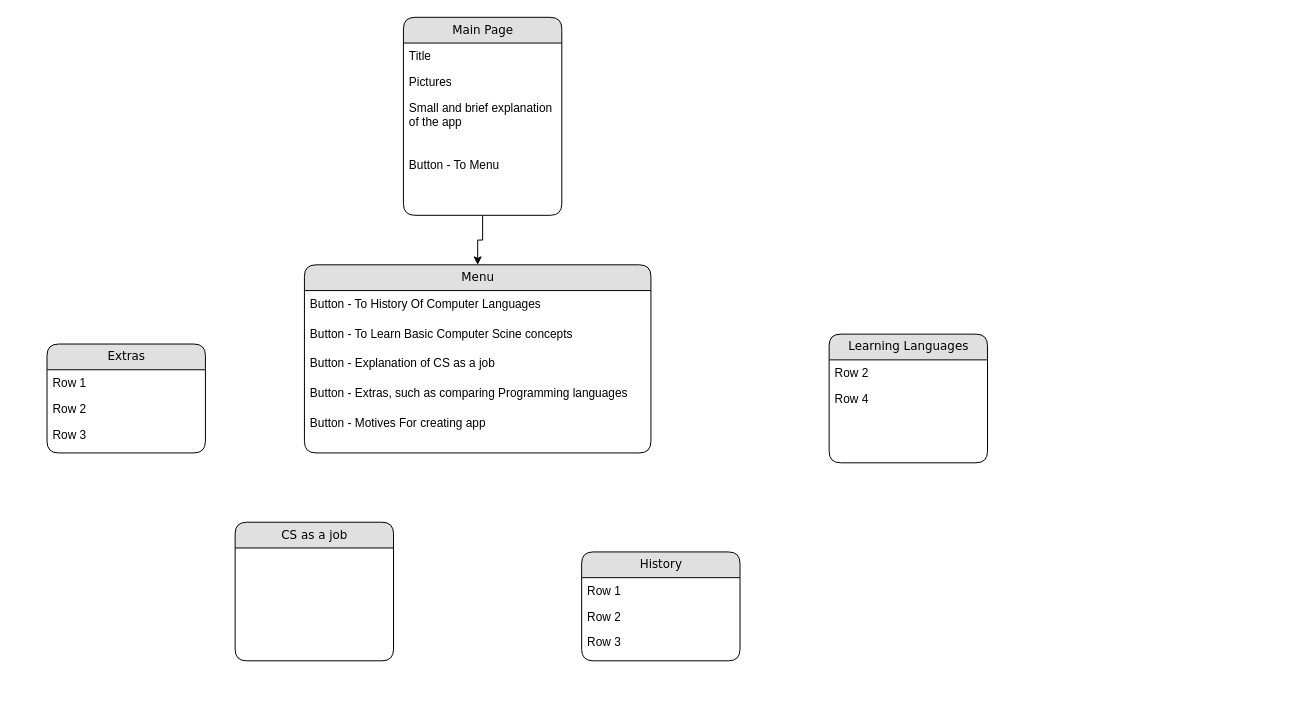
Earlier version of the draw.io diagram Untitled Diagram.drawio (DirtyDan16/App-Proj---101-To-Computer-Science). Source tidied: cells renumbered, new cells numbered last; positions are measured from the earlier drawing's top-left corner, leaving out a move shared by most shapes. Both pictures are drawn from the tidied source at 99%, with x=0, y=0 at pixel (47, 17).
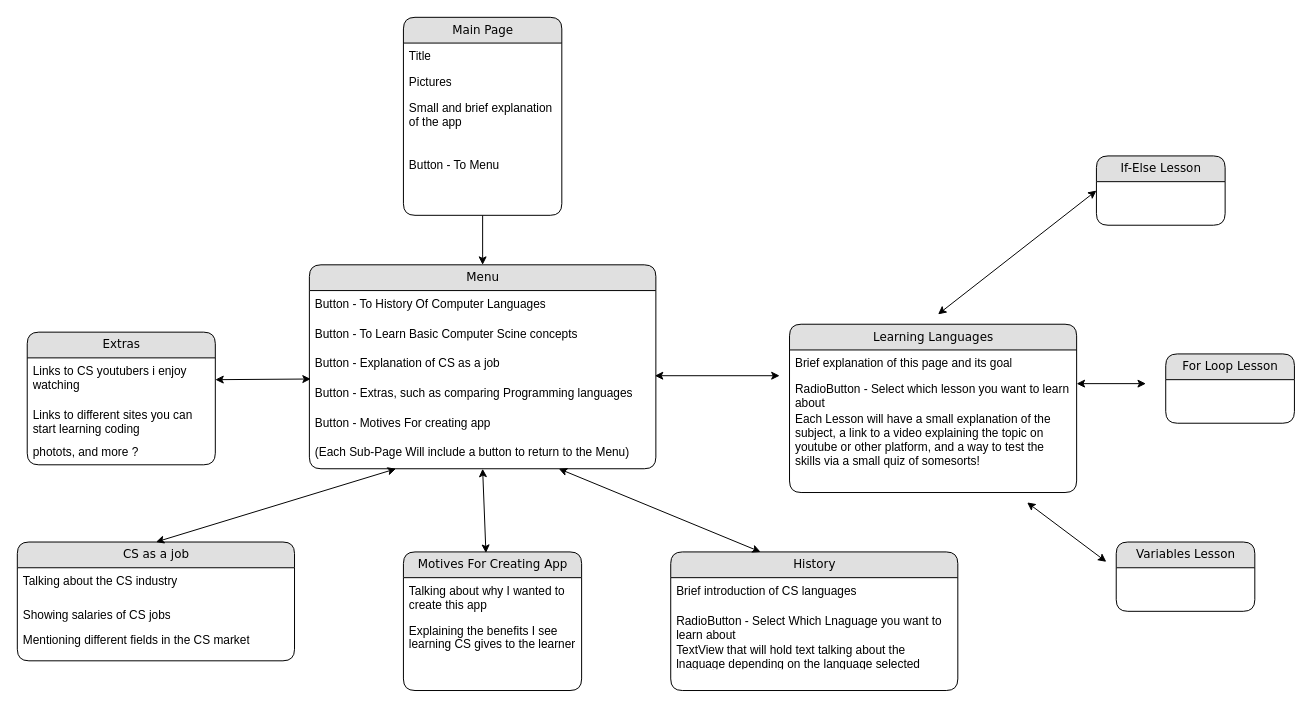
After the change.

Commit message:
Finsihed writing the info of each Page and page of the app design

Unchanged cells that the change refers to:
```xml
<mxCell id="3" value="Main Page" style="swimlane;html=1;fontStyle=0;horizontal=1;startSize=26;fillColor=#e0e0e0;swimlaneFillColor=#ffffff;align=center;rounded=1;shadow=0;comic=0;labelBackgroundColor=none;strokeWidth=1;fontFamily=Verdana;fontSize=12;" parent="1" vertex="1">
  <mxGeometry x="360" width="160" height="200" as="geometry" />
</mxCell>
<mxCell id="19" value="Button - Extras, such as comparing Programming languages" style="text;html=1;strokeColor=none;fillColor=none;spacingLeft=4;spacingRight=4;whiteSpace=wrap;overflow=hidden;points=[[0,0.5],[1,0.5]];portConstraint=eastwest;" parent="15" vertex="1">
  <mxGeometry y="116" width="350" height="30" as="geometry" />
</mxCell>
```

What changed in the source:
```diff
@@
     <mxCell id="2" style="edgeStyle=orthogonalEdgeStyle;rounded=0;jettySize=auto;html=1;exitX=0.5;exitY=1;exitDx=0;exitDy=0;" parent="1" edge="1" source="3" target="15">
-      <mxGeometry relative="1" as="geometry" />
+      <mxGeometry relative="1" as="geometry">
+        <Array as="points">
+          <mxPoint x="440" y="240" />
+          <mxPoint x="440" y="240" />
+        </Array>
+      </mxGeometry>
     </mxCell>
@@
     <mxCell id="7" value="Learning Languages" style="swimlane;html=1;fontStyle=0;horizontal=1;startSize=26;fillColor=#e0e0e0;swimlaneFillColor=#ffffff;align=center;rounded=1;shadow=0;comic=0;labelBackgroundColor=none;strokeWidth=1;fontFamily=Verdana;fontSize=12;" parent="1" vertex="1">
-      <mxGeometry x="790" y="320" width="160" height="130" as="geometry" />
+      <mxGeometry x="750" y="310" width="290" height="170" as="geometry" />
     </mxCell>
-    <mxCell id="8" value="Row 2" style="text;html=1;strokeColor=none;fillColor=none;spacingLeft=4;spacingRight=4;whiteSpace=wrap;overflow=hidden;" parent="7" vertex="1">
-      <mxGeometry y="26" width="160" height="26" as="geometry" />
+    <mxCell id="8" value="Brief explanation of this page and its goal" style="text;html=1;strokeColor=none;fillColor=none;spacingLeft=4;spacingRight=4;whiteSpace=wrap;overflow=hidden;" parent="7" vertex="1">
+      <mxGeometry y="26" width="290" height="26" as="geometry" />
     </mxCell>
-    <mxCell id="9" value="Row 4" style="text;html=1;strokeColor=none;fillColor=none;spacingLeft=4;spacingRight=4;whiteSpace=wrap;overflow=hidden;" parent="7" vertex="1">
-      <mxGeometry y="52" width="160" height="26" as="geometry" />
-    </mxCell>
+    <mxCell id="25" value="RadioButton - Select which lesson you want to learn about" style="text;html=1;strokeColor=none;fillColor=none;spacingLeft=4;spacingRight=4;whiteSpace=wrap;overflow=hidden;" parent="7" vertex="1">
+      <mxGeometry y="52" width="290" height="30" as="geometry" />
+    </mxCell>
+    <mxCell id="26" value="Each Lesson will have a small explanation of the subject, a link to a video explaining the topic on youtube or other platform, and a way to test the skills via a small quiz of somesorts!" style="text;html=1;strokeColor=none;fillColor=none;spacingLeft=4;spacingRight=4;whiteSpace=wrap;overflow=hidden;" parent="7" vertex="1">
+      <mxGeometry y="82" width="290" height="68" as="geometry" />
+    </mxCell>
     <mxCell id="10" value="Extras" style="swimlane;html=1;fontStyle=0;horizontal=1;startSize=26;fillColor=#e0e0e0;swimlaneFillColor=#ffffff;align=center;rounded=1;shadow=0;comic=0;labelBackgroundColor=none;strokeWidth=1;fontFamily=Verdana;fontSize=12;" parent="1" vertex="1">
-      <mxGeometry y="330" width="160" height="110" as="geometry" />
+      <mxGeometry x="-20" y="318" width="190" height="134" as="geometry" />
     </mxCell>
-    <mxCell id="11" value="Row 1" style="text;html=1;strokeColor=none;fillColor=none;spacingLeft=4;spacingRight=4;whiteSpace=wrap;overflow=hidden;points=[[0,0.5],[1,0.5]];portConstraint=eastwest;" parent="10" vertex="1">
-      <mxGeometry y="26" width="160" height="26" as="geometry" />
+    <mxCell id="11" value="Links to CS youtubers i enjoy watching" style="text;html=1;strokeColor=none;fillColor=none;spacingLeft=4;spacingRight=4;whiteSpace=wrap;overflow=hidden;points=[[0,0.5],[1,0.5]];portConstraint=eastwest;" parent="10" vertex="1">
+      <mxGeometry y="26" width="190" height="44" as="geometry" />
     </mxCell>
-    <mxCell id="12" value="Row 2" style="text;html=1;strokeColor=none;fillColor=none;spacingLeft=4;spacingRight=4;whiteSpace=wrap;overflow=hidden;" parent="10" vertex="1">
-      <mxGeometry y="52" width="160" height="26" as="geometry" />
+    <mxCell id="12" value="Links to different sites you can start learning coding" style="text;html=1;strokeColor=none;fillColor=none;spacingLeft=4;spacingRight=4;whiteSpace=wrap;overflow=hidden;" parent="10" vertex="1">
+      <mxGeometry y="70" width="190" height="38" as="geometry" />
     </mxCell>
-    <mxCell id="13" value="Row 3" style="text;html=1;strokeColor=none;fillColor=none;spacingLeft=4;spacingRight=4;whiteSpace=wrap;overflow=hidden;" parent="10" vertex="1">
-      <mxGeometry y="78" width="160" height="26" as="geometry" />
+    <mxCell id="13" value="photots, and more ?" style="text;html=1;strokeColor=none;fillColor=none;spacingLeft=4;spacingRight=4;whiteSpace=wrap;overflow=hidden;" parent="10" vertex="1">
+      <mxGeometry y="108" width="190" height="26" as="geometry" />
     </mxCell>
     <mxCell id="14" value="CS as a job" style="swimlane;html=1;fontStyle=0;horizontal=1;startSize=26;fillColor=#e0e0e0;swimlaneFillColor=#ffffff;align=center;rounded=1;shadow=0;comic=0;labelBackgroundColor=none;strokeWidth=1;fontFamily=Verdana;fontSize=12;" parent="1" vertex="1">
-      <mxGeometry x="190" y="510" width="160" height="140" as="geometry" />
+      <mxGeometry x="-30" y="530" width="280" height="120" as="geometry" />
     </mxCell>
+    <mxCell id="27" value="Talking about the CS industry" style="text;html=1;strokeColor=none;fillColor=none;spacingLeft=4;spacingRight=4;whiteSpace=wrap;overflow=hidden;" parent="14" vertex="1">
+      <mxGeometry y="26" width="280" height="34" as="geometry" />
+    </mxCell>
+    <mxCell id="28" value="Showing salaries of CS jobs" style="text;html=1;strokeColor=none;fillColor=none;spacingLeft=4;spacingRight=4;whiteSpace=wrap;overflow=hidden;" parent="14" vertex="1">
+      <mxGeometry y="60" width="280" height="26" as="geometry" />
+    </mxCell>
+    <mxCell id="29" value="Mentioning different fields in the CS market" style="text;html=1;strokeColor=none;fillColor=none;spacingLeft=4;spacingRight=4;whiteSpace=wrap;overflow=hidden;" parent="14" vertex="1">
+      <mxGeometry y="86" width="280" height="26" as="geometry" />
+    </mxCell>
     <mxCell id="15" value="Menu" style="swimlane;html=1;fontStyle=0;horizontal=1;startSize=26;fillColor=#e0e0e0;swimlaneFillColor=#ffffff;align=center;rounded=1;shadow=0;comic=0;labelBackgroundColor=none;strokeWidth=1;fontFamily=Verdana;fontSize=12;" parent="1" vertex="1">
-      <mxGeometry x="260" y="250" width="350" height="190" as="geometry" />
+      <mxGeometry x="265" y="250" width="350" height="206" as="geometry" />
     </mxCell>
@@
+    <mxCell id="30" value="(Each Sub-Page Will include a button to return to the Menu)" style="text;html=1;strokeColor=none;fillColor=none;spacingLeft=4;spacingRight=4;whiteSpace=wrap;overflow=hidden;points=[[0,0.5],[1,0.5]];portConstraint=eastwest;" parent="15" vertex="1">
+      <mxGeometry y="176" width="350" height="30" as="geometry" />
+    </mxCell>
     <mxCell id="21" value="History" style="swimlane;html=1;fontStyle=0;horizontal=1;startSize=26;fillColor=#e0e0e0;swimlaneFillColor=#ffffff;align=center;rounded=1;shadow=0;comic=0;labelBackgroundColor=none;strokeWidth=1;fontFamily=Verdana;fontSize=12;" parent="1" vertex="1">
-      <mxGeometry x="540" y="540" width="160" height="110" as="geometry" />
+      <mxGeometry x="630" y="540" width="290" height="140" as="geometry" />
     </mxCell>
-    <mxCell id="22" value="Row 1" style="text;html=1;strokeColor=none;fillColor=none;spacingLeft=4;spacingRight=4;whiteSpace=wrap;overflow=hidden;" parent="21" vertex="1">
-      <mxGeometry y="26" width="160" height="26" as="geometry" />
+    <mxCell id="22" value="Brief introduction of CS languages" style="text;html=1;strokeColor=none;fillColor=none;spacingLeft=4;spacingRight=4;whiteSpace=wrap;overflow=hidden;" parent="21" vertex="1">
+      <mxGeometry y="26" width="290" height="30" as="geometry" />
     </mxCell>
-    <mxCell id="23" value="Row 2" style="text;html=1;strokeColor=none;fillColor=none;spacingLeft=4;spacingRight=4;whiteSpace=wrap;overflow=hidden;" parent="21" vertex="1">
-      <mxGeometry y="52" width="160" height="26" as="geometry" />
+    <mxCell id="23" value="RadioButton - Select Which Lnaguage you want to learn about" style="text;html=1;strokeColor=none;fillColor=none;spacingLeft=4;spacingRight=4;whiteSpace=wrap;overflow=hidden;" parent="21" vertex="1">
+      <mxGeometry y="56" width="290" height="30" as="geometry" />
     </mxCell>
-    <mxCell id="24" value="Row 3" style="text;html=1;strokeColor=none;fillColor=none;spacingLeft=4;spacingRight=4;whiteSpace=wrap;overflow=hidden;" parent="21" vertex="1">
-      <mxGeometry y="78" width="160" height="26" as="geometry" />
+    <mxCell id="24" value="TextView that will hold text talking about the lnaguage depending on the language selected" style="text;html=1;strokeColor=none;fillColor=none;spacingLeft=4;spacingRight=4;whiteSpace=wrap;overflow=hidden;" parent="21" vertex="1">
+      <mxGeometry y="86" width="290" height="30" as="geometry" />
     </mxCell>
+    <mxCell id="31" style="endArrow=classic;startArrow=classic;html=1;rounded=0;exitX=0.997;exitY=-0.133;exitDx=0;exitDy=0;exitPerimeter=0;" parent="1" edge="1" source="19">
+      <mxGeometry relative="1" as="geometry">
+        <mxPoint x="740" y="362" as="targetPoint" />
+      </mxGeometry>
+    </mxCell>
+    <mxCell id="32" style="endArrow=classic;startArrow=classic;html=1;rounded=0;exitX=0.5;exitY=0;exitDx=0;exitDy=0;entryX=0.25;entryY=1;entryDx=0;entryDy=0;" parent="1" edge="1" source="14" target="15">
+      <mxGeometry relative="1" as="geometry" />
+    </mxCell>
+    <mxCell id="33" style="endArrow=classic;startArrow=classic;html=1;rounded=0;entryX=0.313;entryY=0;entryDx=0;entryDy=0;entryPerimeter=0;exitX=0.72;exitY=1;exitDx=0;exitDy=0;exitPerimeter=0;" parent="1" edge="1" source="30" target="21">
+      <mxGeometry relative="1" as="geometry" />
+    </mxCell>
+    <mxCell id="34" style="endArrow=classic;startArrow=classic;html=1;rounded=0;exitX=1;exitY=0.5;exitDx=0;exitDy=0;entryX=0.004;entryY=-0.022;entryDx=0;entryDy=0;entryPerimeter=0;" parent="1" edge="1" source="11" target="19">
+      <mxGeometry relative="1" as="geometry" />
+    </mxCell>
+    <mxCell id="35" value="Motives For Creating App" style="swimlane;html=1;fontStyle=0;horizontal=1;startSize=26;fillColor=#e0e0e0;swimlaneFillColor=#ffffff;align=center;rounded=1;shadow=0;comic=0;labelBackgroundColor=none;strokeWidth=1;fontFamily=Verdana;fontSize=12;" parent="1" vertex="1">
+      <mxGeometry x="360" y="540" width="180" height="140" as="geometry" />
+    </mxCell>
+    <mxCell id="36" value="Talking about why I wanted to create this app" style="text;html=1;strokeColor=none;fillColor=none;spacingLeft=4;spacingRight=4;whiteSpace=wrap;overflow=hidden;" parent="35" vertex="1">
+      <mxGeometry y="26" width="180" height="40" as="geometry" />
+    </mxCell>
+    <mxCell id="37" value="Explaining the benefits I see learning CS gives to the learner" style="text;html=1;strokeColor=none;fillColor=none;spacingLeft=4;spacingRight=4;whiteSpace=wrap;overflow=hidden;" parent="35" vertex="1">
+      <mxGeometry y="66" width="180" height="58" as="geometry" />
+    </mxCell>
+    <mxCell id="38" style="endArrow=classic;startArrow=classic;html=1;rounded=0;entryX=0.5;entryY=1;entryDx=0;entryDy=0;exitX=0.463;exitY=0.007;exitDx=0;exitDy=0;exitPerimeter=0;" parent="1" edge="1" source="35" target="15">
+      <mxGeometry relative="1" as="geometry" />
+    </mxCell>
+    <mxCell id="39" value="If-Else Lesson" style="swimlane;html=1;fontStyle=0;horizontal=1;startSize=26;fillColor=#e0e0e0;swimlaneFillColor=#ffffff;align=center;rounded=1;shadow=0;comic=0;labelBackgroundColor=none;strokeWidth=1;fontFamily=Verdana;fontSize=12;" parent="1" vertex="1">
+      <mxGeometry x="1060" y="140" width="130" height="70" as="geometry" />
+    </mxCell>
+    <mxCell id="40" value="For Loop Lesson" style="swimlane;html=1;fontStyle=0;horizontal=1;startSize=26;fillColor=#e0e0e0;swimlaneFillColor=#ffffff;align=center;rounded=1;shadow=0;comic=0;labelBackgroundColor=none;strokeWidth=1;fontFamily=Verdana;fontSize=12;" parent="1" vertex="1">
+      <mxGeometry x="1130" y="340" width="130" height="70" as="geometry" />
+    </mxCell>
+    <mxCell id="41" value="Variables Lesson" style="swimlane;html=1;fontStyle=0;horizontal=1;startSize=26;fillColor=#e0e0e0;swimlaneFillColor=#ffffff;align=center;rounded=1;shadow=0;comic=0;labelBackgroundColor=none;strokeWidth=1;fontFamily=Verdana;fontSize=12;" parent="1" vertex="1">
+      <mxGeometry x="1080" y="530" width="140" height="70" as="geometry" />
+    </mxCell>
+    <mxCell id="42" style="endArrow=classic;startArrow=classic;html=1;rounded=0;entryX=0;entryY=0.5;entryDx=0;entryDy=0;" parent="1" edge="1" target="39">
+      <mxGeometry relative="1" as="geometry">
+        <mxPoint x="900" y="300" as="sourcePoint" />
+      </mxGeometry>
+    </mxCell>
+    <mxCell id="43" style="endArrow=classic;startArrow=classic;html=1;rounded=0;" parent="1" edge="1">
+      <mxGeometry relative="1" as="geometry">
+        <mxPoint x="990" y="490" as="sourcePoint" />
+        <mxPoint x="1070" y="550" as="targetPoint" />
+      </mxGeometry>
+    </mxCell>
+    <mxCell id="44" style="endArrow=classic;startArrow=classic;html=1;rounded=0;" parent="1" edge="1">
+      <mxGeometry relative="1" as="geometry">
+        <mxPoint x="1040" y="370" as="sourcePoint" />
+        <mxPoint x="1110" y="370" as="targetPoint" />
+      </mxGeometry>
+    </mxCell>
```
